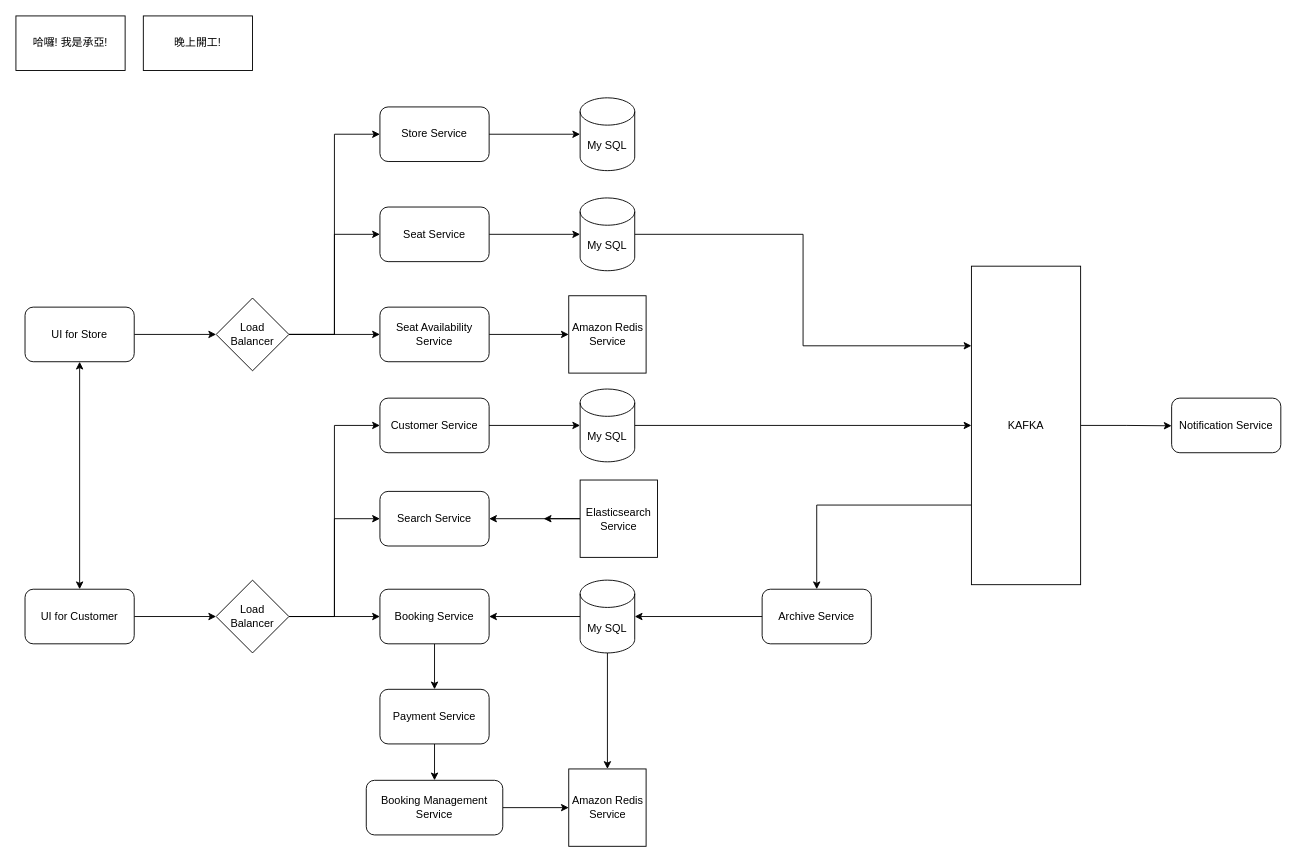
Earlier version of the draw.io diagram Untitled Diagram.drawio (dodooodo/feplace). Source tidied: cells renumbered, new cells numbered last; positions are measured from the earlier drawing's top-left corner, leaving out a move shared by most shapes. Both pictures are drawn from the tidied source at 91%, with x=0, y=0 at pixel (15, 15).
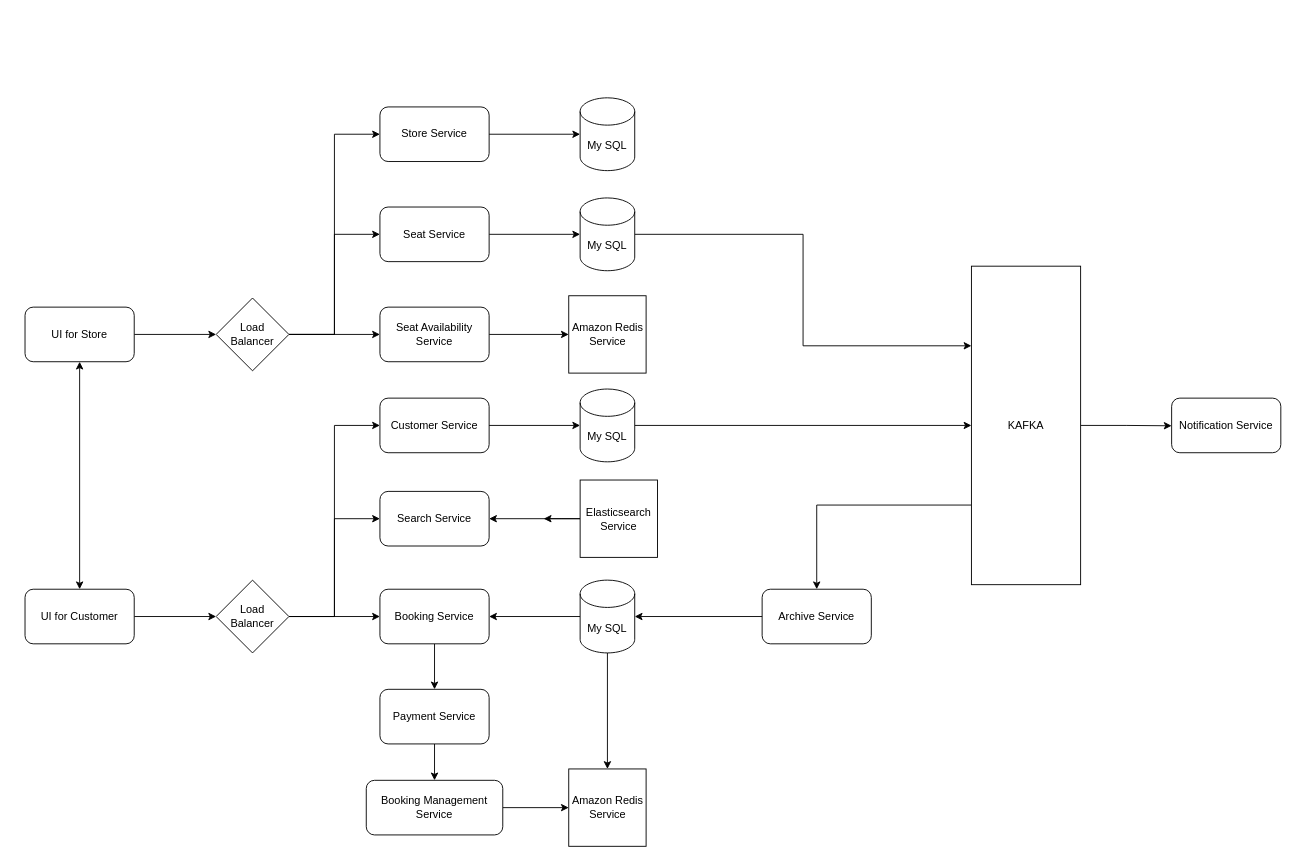
The same diagram, later.

Commit message:
Update feplace system design

The edit, as a diff of the source:
```diff
@@
-    <mxCell id="2" value="哈囉! 我是承亞!" style="rounded=0;whiteSpace=wrap;html=1;" parent="1" vertex="1">
-      <mxGeometry width="120" height="60" as="geometry" />
-    </mxCell>
-    <mxCell id="3" value="晚上開工!" style="rounded=0;whiteSpace=wrap;html=1;" parent="1" vertex="1">
-      <mxGeometry x="140" width="120" height="60" as="geometry" />
-    </mxCell>
```
